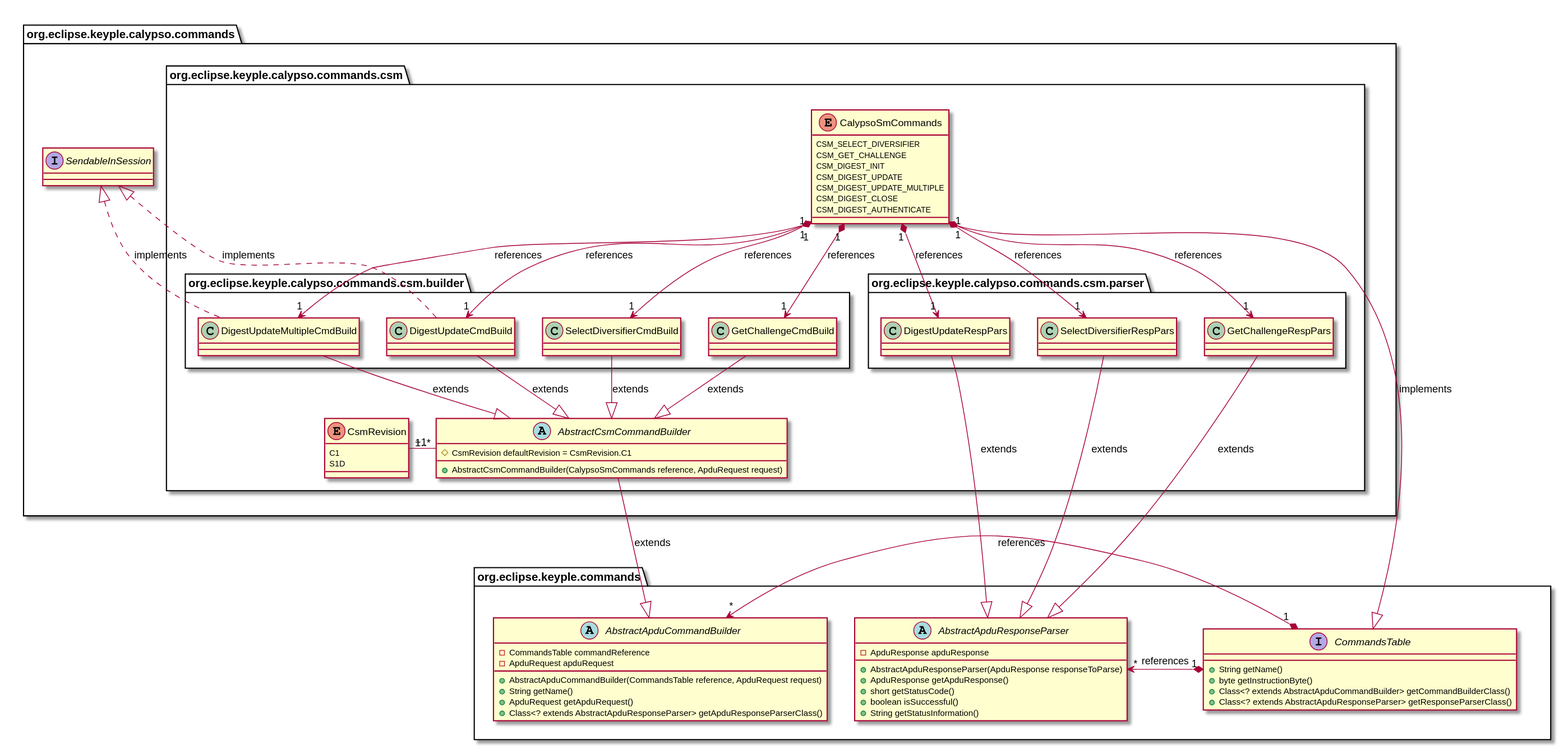
Before: keyple-extension-calypso-spec/img/uml-classDiagram-CalypsoCommand-CsmCommands.svg, a diagram exported from PlantUML (yvonneyam/keyple-doc-yy).
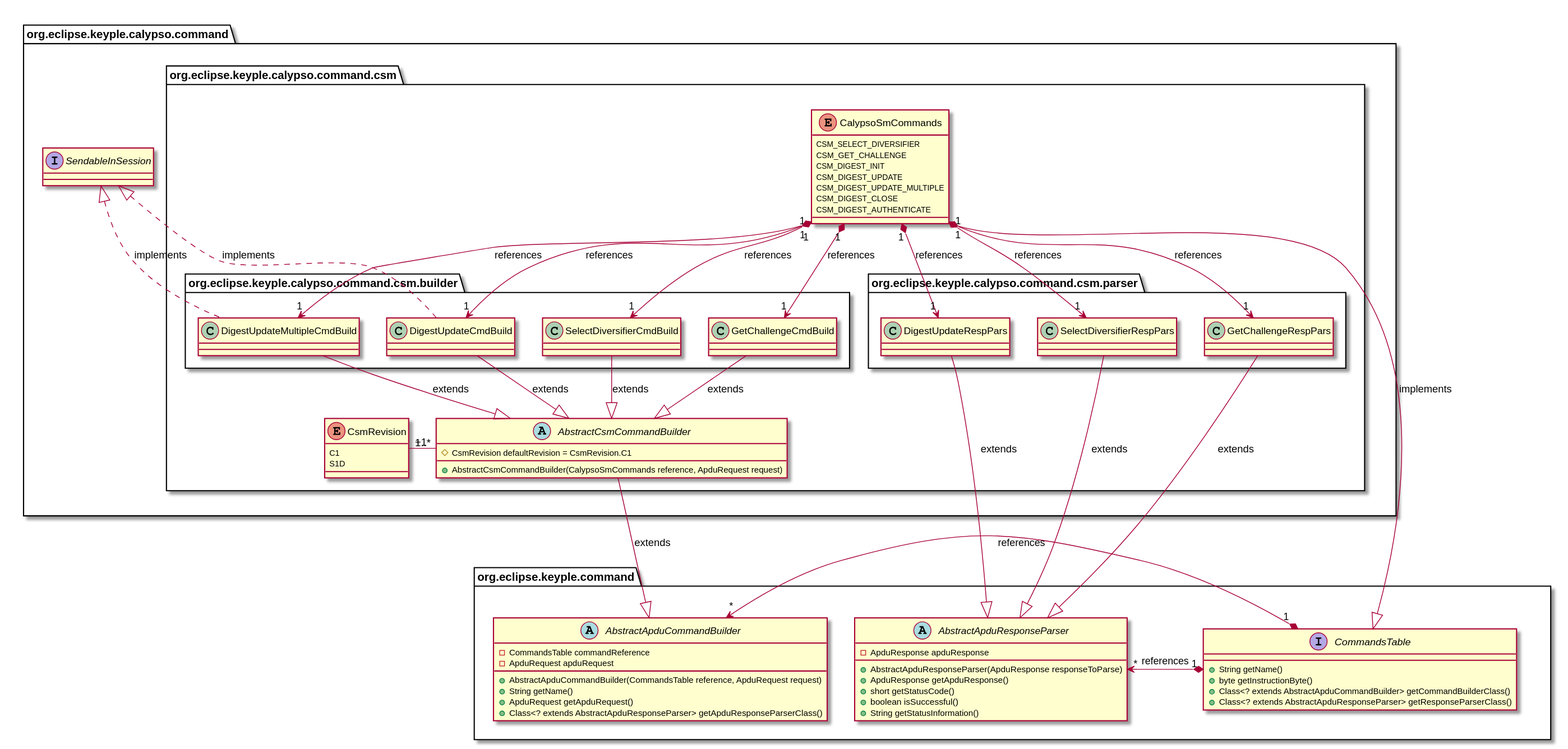
The same file after the commit.

Diff of the diagram source:
```diff
@@ -1,5 +1,6 @@
 @startuml
-package org.eclipse.keyple.commands #FFFFFF {
+
+package org.eclipse.keyple.command #FFFFFF {
 
 abstract AbstractApduCommandBuilder {
   -CommandsTable commandReference
@@ -29,9 +30,9 @@
 CommandsTable "1" *-left-> "*" AbstractApduCommandBuilder : references
 CommandsTable "1" *-right-> "*" AbstractApduResponseParser : references
 }
-package org.eclipse.keyple.calypso.commands #FFFFFF {
+package org.eclipse.keyple.calypso.command #FFFFFF {
 
-package org.eclipse.keyple.calypso.commands.csm #FFFFFF {
+package org.eclipse.keyple.calypso.command.csm #FFFFFF {
 
 abstract AbstractCsmCommandBuilder {
   #CsmRevision defaultRevision = CsmRevision.C1
@@ -55,14 +56,14 @@
   CSM_DIGEST_AUTHENTICATE
 }
 
-package org.eclipse.keyple.calypso.commands.csm.builder #FFFFFF {
+package org.eclipse.keyple.calypso.command.csm.builder #FFFFFF {
 class SelectDiversifierCmdBuild
 class GetChallengeCmdBuild
 class DigestUpdateCmdBuild
 class DigestUpdateMultipleCmdBuild
 }
 
-package org.eclipse.keyple.calypso.commands.csm.parser #FFFFFF {
+package org.eclipse.keyple.calypso.command.csm.parser #FFFFFF {
 class SelectDiversifierRespPars
 class GetChallengeRespPars
 class DigestUpdateRespPars
@@ -96,5 +97,5 @@
 GetChallengeRespPars --|> AbstractApduResponseParser : extends
 DigestUpdateRespPars --|> AbstractApduResponseParser : extends
 
-org.eclipse.keyple.calypso.commands -down[hidden]- org.eclipse.keyple.commands
+org.eclipse.keyple.calypso.command -down[hidden]- org.eclipse.keyple.command
 @enduml
```
